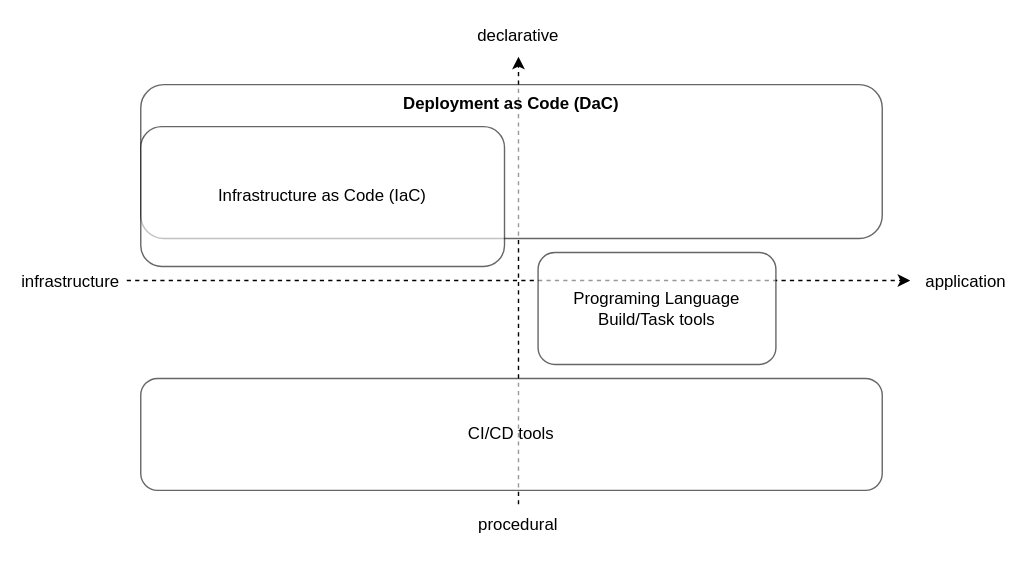
This is doc/images/positioning.drawio.svg from SIOS-Technology-Inc/dacrane, a draw.io export, as it was before one commit. Source tidied: cells renumbered, new cells last; positions are measured from the earlier drawing's top-left corner, leaving out a move shared by most shapes.
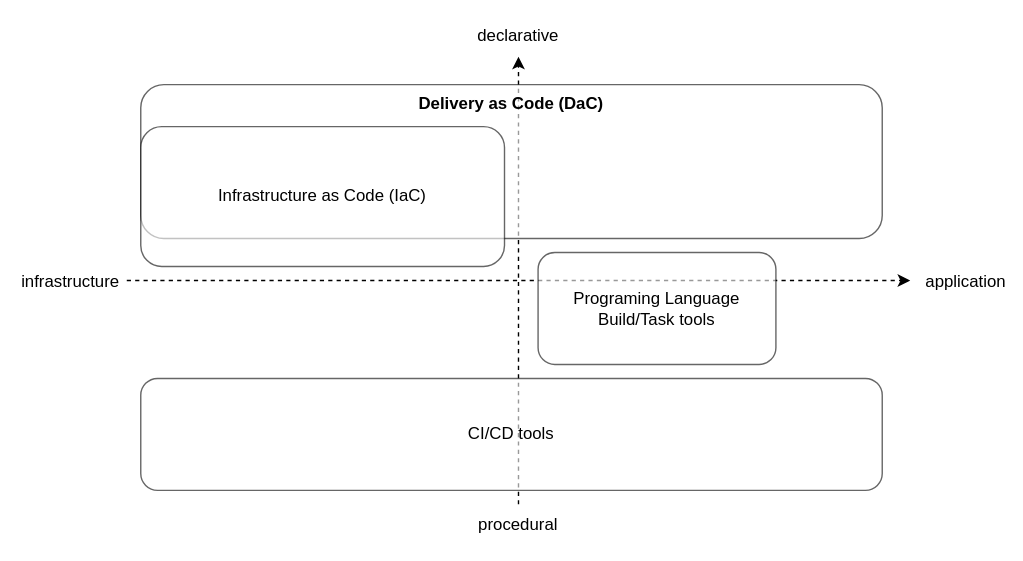
The same diagram one commit later.

Commit message:
Changed to a more substantive expression

What changed in the source:
```diff
@@ -35,7 +35,7 @@
     <mxCell id="10" value="CI/CD tools" style="rounded=1;whiteSpace=wrap;html=1;opacity=60;" parent="1" vertex="1">
       <mxGeometry x="100" y="270" width="530" height="80" as="geometry" />
     </mxCell>
-    <mxCell id="11" value="&lt;b&gt;Deployment as Code (DaC)&lt;/b&gt;" style="rounded=1;whiteSpace=wrap;html=1;align=center;verticalAlign=top;opacity=60;" parent="1" vertex="1">
+    <mxCell id="11" value="&lt;b&gt;Delivery as Code (DaC)&lt;/b&gt;" style="rounded=1;whiteSpace=wrap;html=1;align=center;verticalAlign=top;opacity=60;" parent="1" vertex="1">
       <mxGeometry x="100" y="60" width="530" height="110" as="geometry" />
     </mxCell>
     <mxCell id="12" value="Infrastructure as Code (IaC)" style="rounded=1;whiteSpace=wrap;html=1;gradientColor=none;opacity=60;" parent="1" vertex="1">
```
